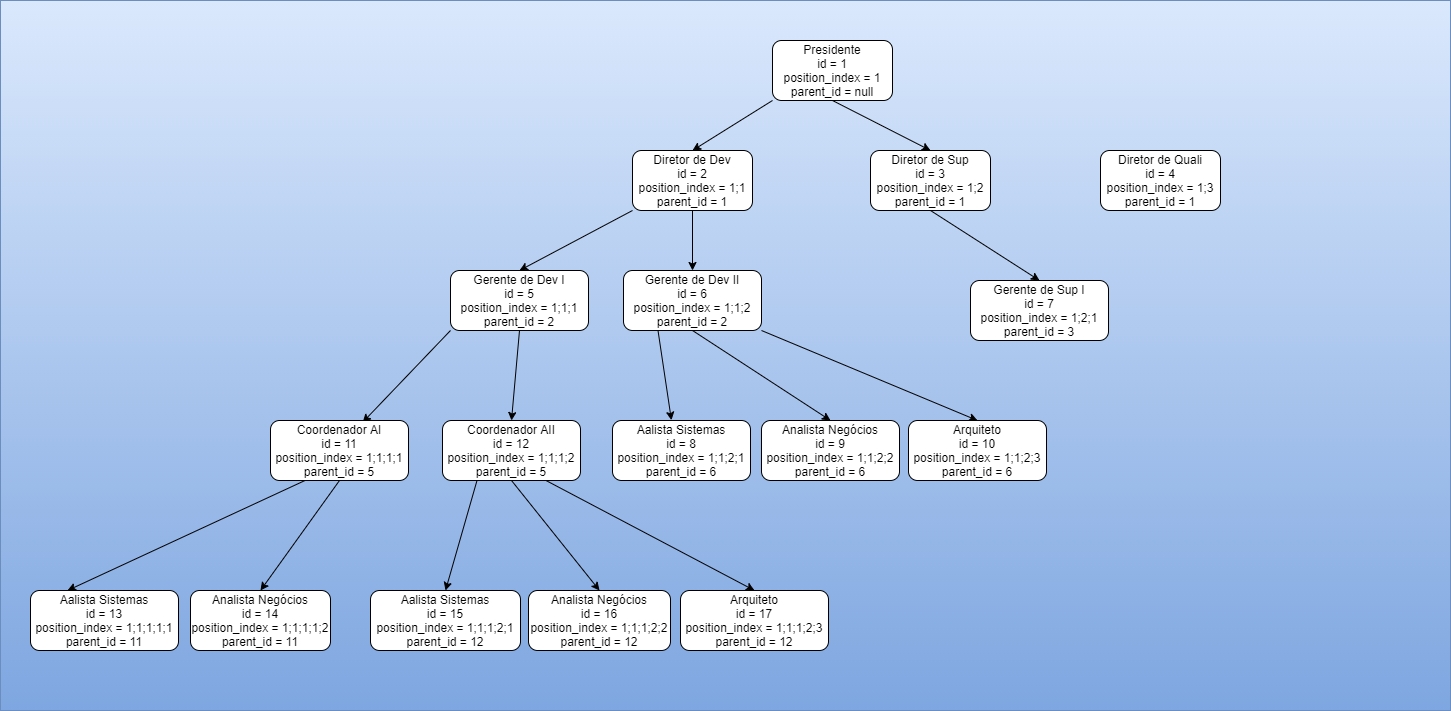
This is tree-view.png from tnicacio/test-tree-view, a draw.io export, as it was before one commit. Source tidied: cells renumbered, new cells last; positions are measured from the earlier drawing's top-left corner, leaving out a move shared by most shapes.
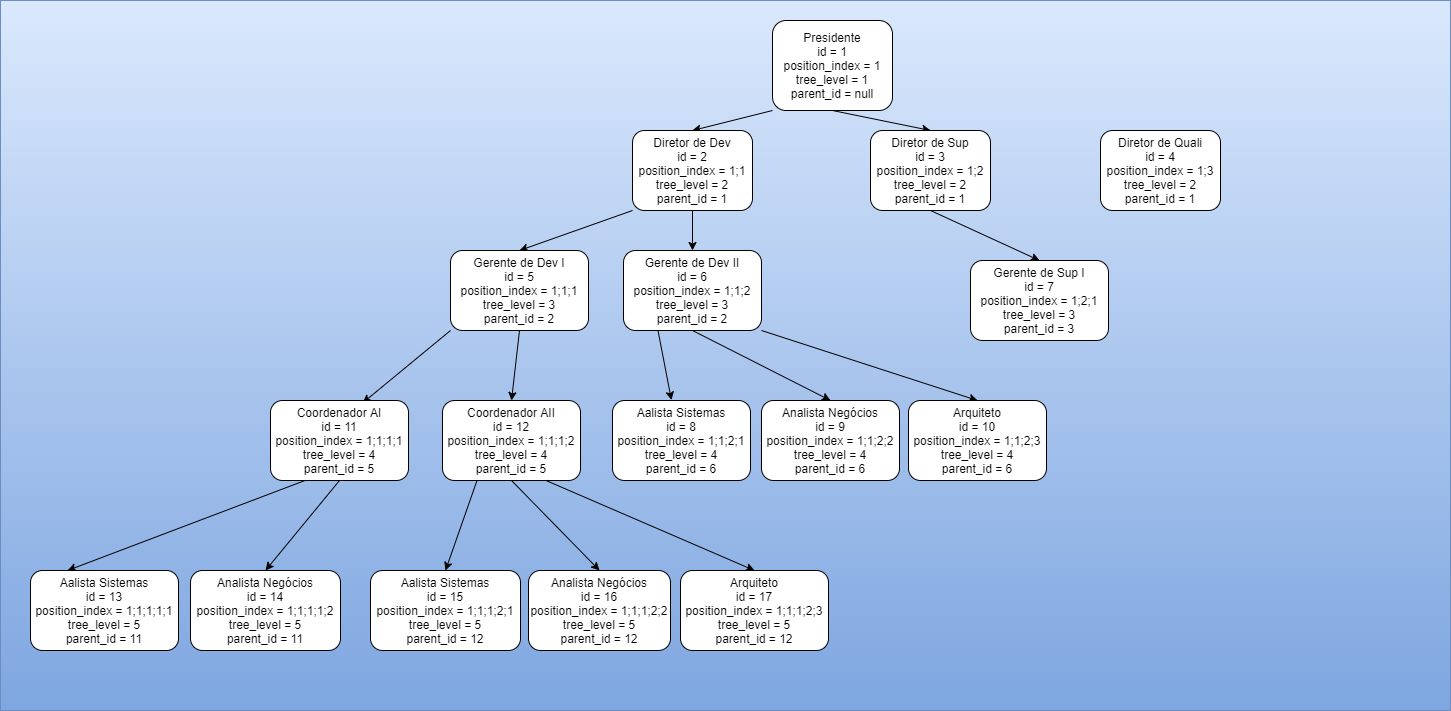
Later version of the same file.

Commit message:
Updating tree-view png

Change to the diagram source:
```diff
@@ -3,7 +3,7 @@
     <mxCell id="0" />
     <mxCell id="1" parent="0" />
     <mxCell id="2" style="whiteSpace=wrap;html=1;fillColor=#dae8fc;gradientColor=#7ea6e0;strokeColor=#6c8ebf;" parent="1" vertex="1">
-      <mxGeometry width="1450" height="710" as="geometry" />
+      <mxGeometry y="20" width="1450" height="710" as="geometry" />
     </mxCell>
     <mxCell id="3" style="html=1;exitX=0;exitY=1;exitDx=0;exitDy=0;entryX=0.5;entryY=0;entryDx=0;entryDy=0;" parent="1" edge="1" source="5" target="8">
       <mxGeometry relative="1" as="geometry" />
@@ -11,8 +11,8 @@
     <mxCell id="4" style="html=1;exitX=0.5;exitY=1;exitDx=0;exitDy=0;entryX=0.5;entryY=0;entryDx=0;entryDy=0;" parent="1" edge="1" source="5" target="10">
       <mxGeometry relative="1" as="geometry" />
     </mxCell>
-    <mxCell id="5" value="Presidente&lt;br&gt;id = 1&lt;br&gt;position_index = 1&lt;br&gt;parent_id = null" style="rounded=1;whiteSpace=wrap;html=1;" parent="1" vertex="1">
-      <mxGeometry x="772" y="40" width="120" height="60" as="geometry" />
+    <mxCell id="5" value="Presidente&lt;br&gt;id = 1&lt;br&gt;position_index = 1&lt;br&gt;tree_level = 1&lt;br&gt;parent_id = null" style="rounded=1;whiteSpace=wrap;html=1;" parent="1" vertex="1">
+      <mxGeometry x="772" y="40" width="120" height="90" as="geometry" />
     </mxCell>
     <mxCell id="6" style="html=1;exitX=0;exitY=1;exitDx=0;exitDy=0;entryX=0.5;entryY=0;entryDx=0;entryDy=0;" parent="1" edge="1" source="8" target="13">
       <mxGeometry relative="1" as="geometry" />
@@ -20,23 +20,23 @@
     <mxCell id="7" style="edgeStyle=none;html=1;exitX=0.5;exitY=1;exitDx=0;exitDy=0;entryX=0.5;entryY=0;entryDx=0;entryDy=0;" parent="1" edge="1" source="8" target="17">
       <mxGeometry relative="1" as="geometry" />
     </mxCell>
-    <mxCell id="8" value="Diretor de Dev&lt;br&gt;id = 2&lt;br&gt;position_index = 1;1&lt;br&gt;parent_id = 1" style="rounded=1;whiteSpace=wrap;html=1;" parent="1" vertex="1">
-      <mxGeometry x="632" y="150" width="120" height="60" as="geometry" />
+    <mxCell id="8" value="Diretor de Dev&lt;br&gt;id = 2&lt;br&gt;position_index = 1;1&lt;br&gt;tree_level = 2&lt;br&gt;parent_id = 1" style="rounded=1;whiteSpace=wrap;html=1;" parent="1" vertex="1">
+      <mxGeometry x="632" y="150" width="120" height="80" as="geometry" />
     </mxCell>
     <mxCell id="9" style="edgeStyle=none;html=1;exitX=0.5;exitY=1;exitDx=0;exitDy=0;entryX=0.5;entryY=0;entryDx=0;entryDy=0;" parent="1" edge="1" source="10" target="18">
       <mxGeometry relative="1" as="geometry" />
     </mxCell>
-    <mxCell id="10" value="Diretor de Sup&lt;br&gt;id = 3&lt;br&gt;position_index = 1;2&lt;br&gt;parent_id = 1&lt;span style=&quot;color: rgba(0 , 0 , 0 , 0) ; font-family: monospace ; font-size: 0px&quot;&gt;%3CmxGraphModel%3E%3Croot%3E%3CmxCell%20id%3D%220%22%2F%3E%3CmxCell%20id%3D%221%22%20parent%3D%220%22%2F%3E%3CmxCell%20id%3D%222%22%20value%3D%22Diretor%20de%20Dev%26lt%3Bbr%26gt%3Bid%20%3D%202%26lt%3Bbr%26gt%3Bposition_index%20%3D%201%3B1%26lt%3Bbr%26gt%3Bparent_id%20%3D%201%22%20style%3D%22rounded%3D1%3BwhiteSpace%3Dwrap%3Bhtml%3D1%3B%22%20vertex%3D%221%22%20parent%3D%221%22%3E%3CmxGeometry%20x%3D%2270%22%20y%3D%22160%22%20width%3D%22120%22%20height%3D%2260%22%20as%3D%22geometry%22%2F%3E%3C%2FmxCell%3E%3C%2Froot%3E%3C%2FmxGraphModel%3E&lt;/span&gt;" style="rounded=1;whiteSpace=wrap;html=1;" parent="1" vertex="1">
-      <mxGeometry x="870" y="150" width="120" height="60" as="geometry" />
+    <mxCell id="10" value="Diretor de Sup&lt;br&gt;id = 3&lt;br&gt;position_index = 1;2&lt;br&gt;tree_level = 2&lt;br&gt;parent_id = 1&lt;span style=&quot;color: rgba(0 , 0 , 0 , 0) ; font-family: monospace ; font-size: 0px&quot;&gt;%3CmxGraphModel%3E%3Croot%3E%3CmxCell%20id%3D%220%22%2F%3E%3CmxCell%20id%3D%221%22%20parent%3D%220%22%2F%3E%3CmxCell%20id%3D%222%22%20value%3D%22Diretor%20de%20Dev%26lt%3Bbr%26gt%3Bid%20%3D%202%26lt%3Bbr%26gt%3Bposition_index%20%3D%201%3B1%26lt%3Bbr%26gt%3Bparent_id%20%3D%201%22%20style%3D%22rounded%3D1%3BwhiteSpace%3Dwrap%3Bhtml%3D1%3B%22%20vertex%3D%221%22%20parent%3D%221%22%3E%3CmxGeometry%20x%3D%2270%22%20y%3D%22160%22%20width%3D%22120%22%20height%3D%2260%22%20as%3D%22geometry%22%2F%3E%3C%2FmxCell%3E%3C%2Froot%3E%3C%2FmxGraphModel%3E&lt;/span&gt;" style="rounded=1;whiteSpace=wrap;html=1;" parent="1" vertex="1">
+      <mxGeometry x="870" y="150" width="120" height="80" as="geometry" />
     </mxCell>
-    <mxCell id="11" value="Diretor de Quali&lt;br&gt;id = 4&lt;br&gt;position_index = 1;3&lt;br&gt;parent_id = 1&lt;span style=&quot;color: rgba(0 , 0 , 0 , 0) ; font-family: monospace ; font-size: 0px&quot;&gt;%3CmxGraphModel%3E%3Croot%3E%3CmxCell%20id%3D%220%22%2F%3E%3CmxCell%20id%3D%221%22%20parent%3D%220%22%2F%3E%3CmxCell%20id%3D%222%22%20value%3D%22Diretor%20de%20Dev%26lt%3Bbr%26gt%3Bid%20%3D%202%26lt%3Bbr%26gt%3Bposition_index%20%3D%201%3B1%26lt%3Bbr%26gt%3Bparent_id%20%3D%201%22%20style%3D%22rounded%3D1%3BwhiteSpace%3Dwrap%3Bhtml%3D1%3B%22%20vertex%3D%221%22%20parent%3D%221%22%3E%3CmxGeometry%20x%3D%2270%22%20y%3D%22160%22%20width%3D%22120%22%20height%3D%2260%22%20as%3D%22geometry%22%2F%3E%3C%2FmxCell%3E%3C%2Froot%3E%3C%2FmxGraphModel%3E&lt;/span&gt;" style="rounded=1;whiteSpace=wrap;html=1;" parent="1" vertex="1">
-      <mxGeometry x="1100" y="150" width="120" height="60" as="geometry" />
+    <mxCell id="11" value="Diretor de Quali&lt;br&gt;id = 4&lt;br&gt;position_index = 1;3&lt;br&gt;tree_level = 2&lt;br&gt;parent_id = 1&lt;span style=&quot;color: rgba(0 , 0 , 0 , 0) ; font-family: monospace ; font-size: 0px&quot;&gt;%3CmxGraphModel%3E%3Croot%3E%3CmxCell%20id%3D%220%22%2F%3E%3CmxCell%20id%3D%221%22%20parent%3D%220%22%2F%3E%3CmxCell%20id%3D%222%22%20value%3D%22Diretor%20de%20Dev%26lt%3Bbr%26gt%3Bid%20%3D%202%26lt%3Bbr%26gt%3Bposition_index%20%3D%201%3B1%26lt%3Bbr%26gt%3Bparent_id%20%3D%201%22%20style%3D%22rounded%3D1%3BwhiteSpace%3Dwrap%3Bhtml%3D1%3B%22%20vertex%3D%221%22%20parent%3D%221%22%3E%3CmxGeometry%20x%3D%2270%22%20y%3D%22160%22%20width%3D%22120%22%20height%3D%2260%22%20as%3D%22geometry%22%2F%3E%3C%2FmxCell%3E%3C%2Froot%3E%3C%2FmxGraphModel%3E&lt;/span&gt;" style="rounded=1;whiteSpace=wrap;html=1;" parent="1" vertex="1">
+      <mxGeometry x="1100" y="150" width="120" height="80" as="geometry" />
     </mxCell>
     <mxCell id="12" style="edgeStyle=none;html=1;exitX=0;exitY=1;exitDx=0;exitDy=0;entryX=0.668;entryY=0.03;entryDx=0;entryDy=0;entryPerimeter=0;" parent="1" edge="1" source="13" target="24">
       <mxGeometry relative="1" as="geometry" />
     </mxCell>
-    <mxCell id="13" value="Gerente de Dev I&lt;br&gt;id = 5&lt;br&gt;position_index = 1;1;1&lt;br&gt;parent_id = 2" style="rounded=1;whiteSpace=wrap;html=1;" parent="1" vertex="1">
-      <mxGeometry x="450" y="270" width="138" height="60" as="geometry" />
+    <mxCell id="13" value="Gerente de Dev I&lt;br&gt;id = 5&lt;br&gt;position_index = 1;1;1&lt;br&gt;tree_level = 3&lt;br&gt;parent_id = 2" style="rounded=1;whiteSpace=wrap;html=1;" parent="1" vertex="1">
+      <mxGeometry x="450" y="270" width="138" height="80" as="geometry" />
     </mxCell>
     <mxCell id="14" style="edgeStyle=none;html=1;exitX=0.25;exitY=1;exitDx=0;exitDy=0;entryX=0.427;entryY=-0.005;entryDx=0;entryDy=0;entryPerimeter=0;" parent="1" edge="1" source="17" target="19">
       <mxGeometry relative="1" as="geometry" />
@@ -47,20 +47,20 @@
     <mxCell id="16" style="edgeStyle=none;html=1;exitX=1;exitY=1;exitDx=0;exitDy=0;entryX=0.5;entryY=0;entryDx=0;entryDy=0;" parent="1" edge="1" source="17" target="21">
       <mxGeometry relative="1" as="geometry" />
     </mxCell>
-    <mxCell id="17" value="Gerente de Dev II&lt;br&gt;id = 6&lt;br&gt;position_index = 1;1;2&lt;br&gt;parent_id = 2" style="rounded=1;whiteSpace=wrap;html=1;" parent="1" vertex="1">
-      <mxGeometry x="623" y="270" width="138" height="60" as="geometry" />
+    <mxCell id="17" value="Gerente de Dev II&lt;br&gt;id = 6&lt;br&gt;position_index = 1;1;2&lt;br&gt;tree_level = 3&lt;br&gt;parent_id = 2" style="rounded=1;whiteSpace=wrap;html=1;" parent="1" vertex="1">
+      <mxGeometry x="623" y="270" width="138" height="80" as="geometry" />
     </mxCell>
-    <mxCell id="18" value="Gerente de Sup I&lt;br&gt;id = 7&lt;br&gt;position_index = 1;2;1&lt;br&gt;parent_id = 3" style="rounded=1;whiteSpace=wrap;html=1;" parent="1" vertex="1">
-      <mxGeometry x="970" y="280" width="138" height="60" as="geometry" />
+    <mxCell id="18" value="Gerente de Sup I&lt;br&gt;id = 7&lt;br&gt;position_index = 1;2;1&lt;br&gt;tree_level = 3&lt;br&gt;parent_id = 3" style="rounded=1;whiteSpace=wrap;html=1;" parent="1" vertex="1">
+      <mxGeometry x="970" y="280" width="138" height="80" as="geometry" />
     </mxCell>
-    <mxCell id="19" value="Aalista Sistemas&lt;br&gt;id = 8&lt;br&gt;position_index = 1;1;2;1&lt;br&gt;parent_id = 6" style="rounded=1;whiteSpace=wrap;html=1;" parent="1" vertex="1">
-      <mxGeometry x="612" y="420" width="138" height="60" as="geometry" />
+    <mxCell id="19" value="Aalista Sistemas&lt;br&gt;id = 8&lt;br&gt;position_index = 1;1;2;1&lt;br&gt;tree_level = 4&lt;br&gt;parent_id = 6" style="rounded=1;whiteSpace=wrap;html=1;" parent="1" vertex="1">
+      <mxGeometry x="612" y="420" width="138" height="80" as="geometry" />
     </mxCell>
-    <mxCell id="20" value="Analista Negócios&lt;br&gt;id = 9&lt;br&gt;position_index = 1;1;2;2&lt;br&gt;parent_id = 6" style="rounded=1;whiteSpace=wrap;html=1;" parent="1" vertex="1">
-      <mxGeometry x="761" y="420" width="138" height="60" as="geometry" />
+    <mxCell id="20" value="Analista Negócios&lt;br&gt;id = 9&lt;br&gt;position_index = 1;1;2;2&lt;br&gt;tree_level = 4&lt;br&gt;parent_id = 6" style="rounded=1;whiteSpace=wrap;html=1;" parent="1" vertex="1">
+      <mxGeometry x="761" y="420" width="138" height="80" as="geometry" />
     </mxCell>
-    <mxCell id="21" value="Arquiteto&lt;br&gt;id = 10&lt;br&gt;position_index = 1;1;2;3&lt;br&gt;parent_id = 6" style="rounded=1;whiteSpace=wrap;html=1;" parent="1" vertex="1">
-      <mxGeometry x="908" y="420" width="138" height="60" as="geometry" />
+    <mxCell id="21" value="Arquiteto&lt;br&gt;id = 10&lt;br&gt;position_index = 1;1;2;3&lt;br&gt;tree_level = 4&lt;br&gt;parent_id = 6" style="rounded=1;whiteSpace=wrap;html=1;" parent="1" vertex="1">
+      <mxGeometry x="908" y="420" width="138" height="80" as="geometry" />
     </mxCell>
     <mxCell id="22" style="edgeStyle=none;html=1;exitX=0.25;exitY=1;exitDx=0;exitDy=0;entryX=0.25;entryY=0;entryDx=0;entryDy=0;" parent="1" edge="1" source="24" target="33">
       <mxGeometry relative="1" as="geometry" />
@@ -68,8 +68,8 @@
     <mxCell id="23" style="edgeStyle=none;html=1;exitX=0.5;exitY=1;exitDx=0;exitDy=0;entryX=0.5;entryY=0;entryDx=0;entryDy=0;" parent="1" edge="1" source="24" target="34">
       <mxGeometry relative="1" as="geometry" />
     </mxCell>
-    <mxCell id="24" value="Coordenador AI&lt;br&gt;id = 11&lt;br&gt;position_index = 1;1;1;1&lt;br&gt;parent_id = 5" style="rounded=1;whiteSpace=wrap;html=1;" parent="1" vertex="1">
-      <mxGeometry x="270" y="420" width="138" height="60" as="geometry" />
+    <mxCell id="24" value="Coordenador AI&lt;br&gt;id = 11&lt;br&gt;position_index = 1;1;1;1&lt;br&gt;tree_level = 4&lt;br&gt;parent_id = 5" style="rounded=1;whiteSpace=wrap;html=1;" parent="1" vertex="1">
+      <mxGeometry x="270" y="420" width="138" height="80" as="geometry" />
     </mxCell>
     <mxCell id="25" style="edgeStyle=none;html=1;exitX=0.25;exitY=1;exitDx=0;exitDy=0;entryX=0.5;entryY=0;entryDx=0;entryDy=0;" parent="1" edge="1" source="28" target="30">
       <mxGeometry relative="1" as="geometry" />
@@ -80,26 +80,26 @@
     <mxCell id="27" style="edgeStyle=none;html=1;exitX=0.75;exitY=1;exitDx=0;exitDy=0;entryX=0.5;entryY=0;entryDx=0;entryDy=0;" parent="1" edge="1" source="28" target="32">
       <mxGeometry relative="1" as="geometry" />
     </mxCell>
-    <mxCell id="28" value="Coordenador AII&lt;br&gt;id = 12&lt;br&gt;position_index = 1;1;1;2&lt;br&gt;parent_id = 5" style="rounded=1;whiteSpace=wrap;html=1;" parent="1" vertex="1">
-      <mxGeometry x="442" y="420" width="138" height="60" as="geometry" />
+    <mxCell id="28" value="Coordenador AII&lt;br&gt;id = 12&lt;br&gt;position_index = 1;1;1;2&lt;br&gt;tree_level = 4&lt;br&gt;parent_id = 5" style="rounded=1;whiteSpace=wrap;html=1;" parent="1" vertex="1">
+      <mxGeometry x="442" y="420" width="138" height="80" as="geometry" />
     </mxCell>
     <mxCell id="29" style="endArrow=classic;html=1;exitX=0.5;exitY=1;exitDx=0;exitDy=0;entryX=0.5;entryY=0;entryDx=0;entryDy=0;" parent="1" edge="1" source="13" target="28">
       <mxGeometry relative="1" as="geometry" />
     </mxCell>
-    <mxCell id="30" value="Aalista Sistemas&lt;br&gt;id = 15&lt;br&gt;position_index = 1;1;1;2;1&lt;br&gt;parent_id = 12" style="rounded=1;whiteSpace=wrap;html=1;" parent="1" vertex="1">
-      <mxGeometry x="370" y="590" width="150" height="60" as="geometry" />
+    <mxCell id="30" value="Aalista Sistemas&lt;br&gt;id = 15&lt;br&gt;position_index = 1;1;1;2;1&lt;br&gt;tree_level = 5&lt;br&gt;parent_id = 12" style="rounded=1;whiteSpace=wrap;html=1;" parent="1" vertex="1">
+      <mxGeometry x="370" y="590" width="150" height="80" as="geometry" />
     </mxCell>
-    <mxCell id="31" value="Analista Negócios&lt;br&gt;id = 16&lt;br&gt;position_index = 1;1;1;2;2&lt;br&gt;parent_id = 12" style="rounded=1;whiteSpace=wrap;html=1;" parent="1" vertex="1">
-      <mxGeometry x="528" y="590" width="142" height="60" as="geometry" />
+    <mxCell id="31" value="Analista Negócios&lt;br&gt;id = 16&lt;br&gt;position_index = 1;1;1;2;2&lt;br&gt;tree_level = 5&lt;br&gt;parent_id = 12" style="rounded=1;whiteSpace=wrap;html=1;" parent="1" vertex="1">
+      <mxGeometry x="528" y="590" width="142" height="80" as="geometry" />
     </mxCell>
-    <mxCell id="32" value="Arquiteto&lt;br&gt;id = 17&lt;br&gt;position_index = 1;1;1;2;3&lt;br&gt;parent_id = 12" style="rounded=1;whiteSpace=wrap;html=1;" parent="1" vertex="1">
-      <mxGeometry x="680" y="590" width="148" height="60" as="geometry" />
+    <mxCell id="32" value="Arquiteto&lt;br&gt;id = 17&lt;br&gt;position_index = 1;1;1;2;3&lt;br&gt;tree_level = 5&lt;br&gt;parent_id = 12" style="rounded=1;whiteSpace=wrap;html=1;" parent="1" vertex="1">
+      <mxGeometry x="680" y="590" width="148" height="80" as="geometry" />
     </mxCell>
-    <mxCell id="33" value="Aalista Sistemas&lt;br&gt;id = 13&lt;br&gt;position_index = 1;1;1;1;1&lt;br&gt;parent_id = 11" style="rounded=1;whiteSpace=wrap;html=1;" parent="1" vertex="1">
-      <mxGeometry x="30" y="590" width="148" height="60" as="geometry" />
+    <mxCell id="33" value="Aalista Sistemas&lt;br&gt;id = 13&lt;br&gt;position_index = 1;1;1;1;1&lt;br&gt;tree_level = 5&lt;br&gt;parent_id = 11" style="rounded=1;whiteSpace=wrap;html=1;" parent="1" vertex="1">
+      <mxGeometry x="30" y="590" width="148" height="80" as="geometry" />
     </mxCell>
-    <mxCell id="34" value="Analista Negócios&lt;br&gt;id = 14&lt;br&gt;position_index = 1;1;1;1;2&lt;br&gt;parent_id = 11" style="rounded=1;whiteSpace=wrap;html=1;" parent="1" vertex="1">
-      <mxGeometry x="190" y="590" width="140" height="60" as="geometry" />
+    <mxCell id="34" value="Analista Negócios&lt;br&gt;id = 14&lt;br&gt;position_index = 1;1;1;1;2&lt;br&gt;tree_level = 5&lt;br&gt;parent_id = 11" style="rounded=1;whiteSpace=wrap;html=1;" parent="1" vertex="1">
+      <mxGeometry x="190" y="590" width="150" height="80" as="geometry" />
     </mxCell>
   </root>
 </mxGraphModel>
```
